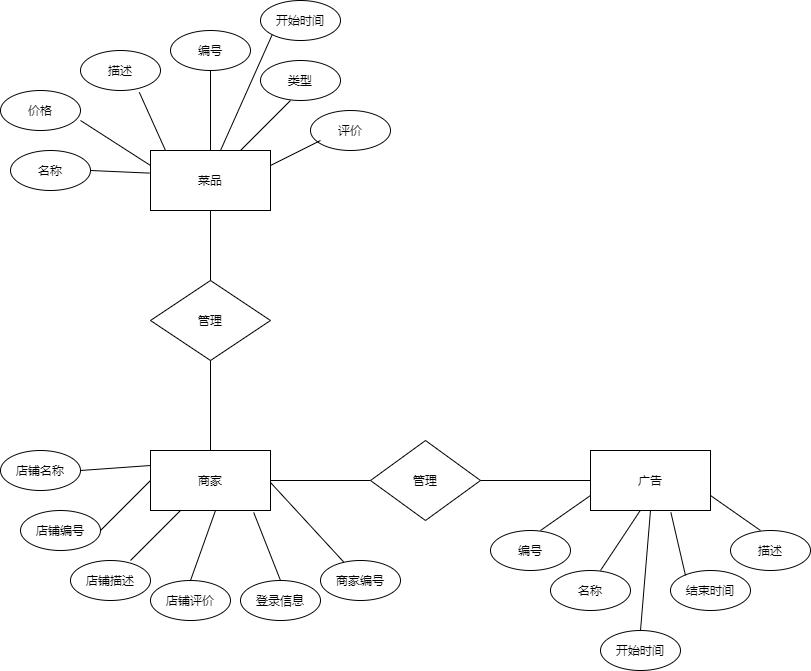
Before: 商家广告菜品1113.png, a diagram exported from draw.io (vae-debug/draw_pistures). Source tidied: cells renumbered, new cells last; positions are measured from the earlier drawing's top-left corner, leaving out a move shared by most shapes.
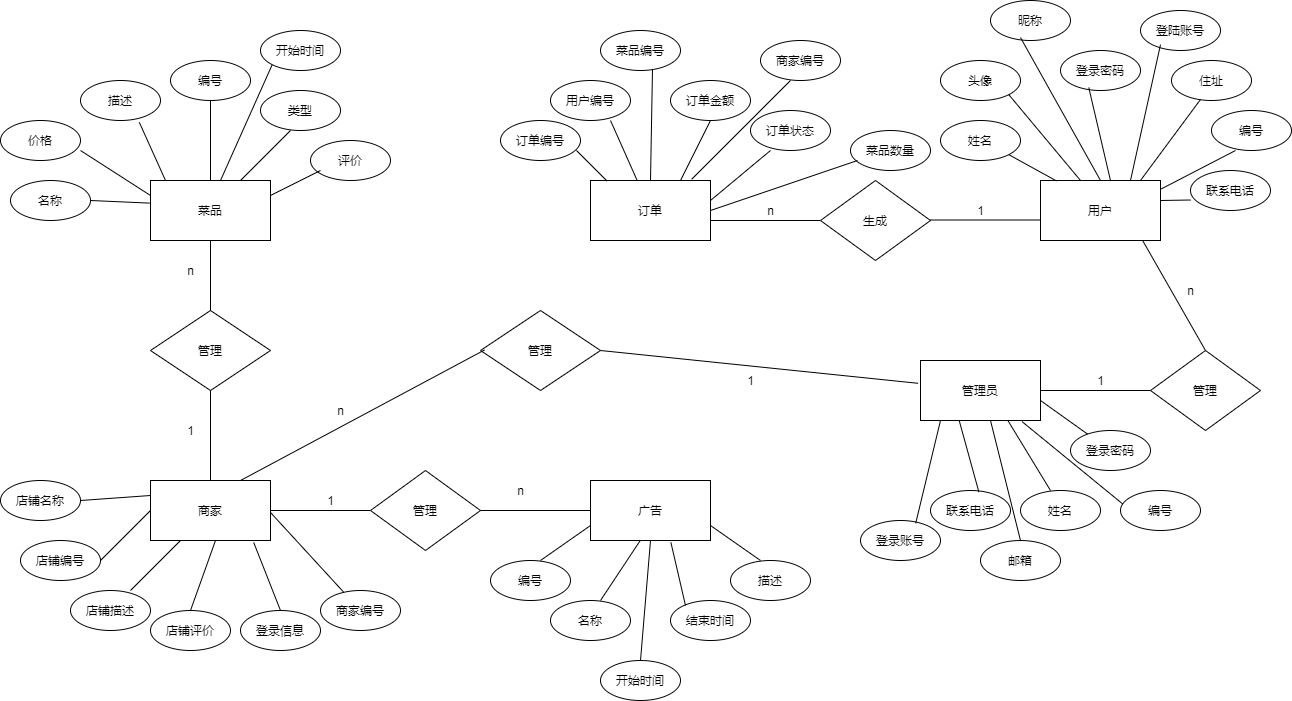
After the change.

Commit message:
Update 商家广告菜品用户订单管理员1113.png

The edit, as a diff of the source:
```diff
@@ -185,5 +185,246 @@
         <mxPoint x="760" y="530" as="sourcePoint" />
       </mxGeometry>
     </mxCell>
+    <mxCell id="47" value="订单" style="rounded=0;whiteSpace=wrap;html=1;" parent="1" vertex="1">
+      <mxGeometry x="590" y="150" width="120" height="60" as="geometry" />
+    </mxCell>
+    <mxCell id="48" value="订单编号" style="ellipse;whiteSpace=wrap;html=1;" parent="1" vertex="1">
+      <mxGeometry x="500" y="90" width="80" height="40" as="geometry" />
+    </mxCell>
+    <mxCell id="49" value="用户编号" style="ellipse;whiteSpace=wrap;html=1;" parent="1" vertex="1">
+      <mxGeometry x="550" y="50" width="80" height="40" as="geometry" />
+    </mxCell>
+    <mxCell id="50" value="菜品编号" style="ellipse;whiteSpace=wrap;html=1;" parent="1" vertex="1">
+      <mxGeometry x="600" width="80" height="40" as="geometry" />
+    </mxCell>
+    <mxCell id="51" value="订单金额" style="ellipse;whiteSpace=wrap;html=1;" parent="1" vertex="1">
+      <mxGeometry x="670" y="50" width="80" height="40" as="geometry" />
+    </mxCell>
+    <mxCell id="52" value="订单状态" style="ellipse;whiteSpace=wrap;html=1;" parent="1" vertex="1">
+      <mxGeometry x="750" y="80" width="80" height="40" as="geometry" />
+    </mxCell>
+    <mxCell id="53" value="商家编号" style="ellipse;whiteSpace=wrap;html=1;" parent="1" vertex="1">
+      <mxGeometry x="760" y="10" width="80" height="40" as="geometry" />
+    </mxCell>
+    <mxCell id="54" style="endArrow=none;html=1;rounded=0;exitX=1;exitY=0.333;exitDx=0;exitDy=0;exitPerimeter=0;" parent="1" edge="1" source="47">
+      <mxGeometry relative="1" as="geometry">
+        <mxPoint x="770" y="120" as="targetPoint" />
+      </mxGeometry>
+    </mxCell>
+    <mxCell id="55" style="endArrow=none;html=1;rounded=0;exitX=0.75;exitY=0;exitDx=0;exitDy=0;" parent="1" edge="1" source="47">
+      <mxGeometry relative="1" as="geometry">
+        <mxPoint x="710" y="90" as="targetPoint" />
+      </mxGeometry>
+    </mxCell>
+    <mxCell id="56" style="endArrow=none;html=1;rounded=0;exitX=0.843;exitY=-0.02;exitDx=0;exitDy=0;exitPerimeter=0;" parent="1" edge="1" source="47">
+      <mxGeometry relative="1" as="geometry">
+        <mxPoint x="790" y="50" as="targetPoint" />
+      </mxGeometry>
+    </mxCell>
+    <mxCell id="57" style="endArrow=none;html=1;rounded=0;exitX=0.5;exitY=0;exitDx=0;exitDy=0;entryX=0.65;entryY=0.96;entryDx=0;entryDy=0;entryPerimeter=0;" parent="1" edge="1" source="47" target="50">
+      <mxGeometry relative="1" as="geometry" />
+    </mxCell>
+    <mxCell id="58" style="endArrow=none;html=1;rounded=0;" parent="1" edge="1" source="47">
+      <mxGeometry relative="1" as="geometry">
+        <mxPoint x="610" y="90" as="targetPoint" />
+      </mxGeometry>
+    </mxCell>
+    <mxCell id="59" style="endArrow=none;html=1;rounded=0;exitX=0.137;exitY=0.007;exitDx=0;exitDy=0;exitPerimeter=0;entryX=0.95;entryY=0.75;entryDx=0;entryDy=0;entryPerimeter=0;" parent="1" edge="1" source="47" target="48">
+      <mxGeometry relative="1" as="geometry" />
+    </mxCell>
+    <mxCell id="60" value="菜品数量" style="ellipse;whiteSpace=wrap;html=1;" parent="1" vertex="1">
+      <mxGeometry x="850" y="100" width="80" height="40" as="geometry" />
+    </mxCell>
+    <mxCell id="61" style="endArrow=none;html=1;rounded=0;exitX=1;exitY=0.5;exitDx=0;exitDy=0;" parent="1" edge="1" source="47">
+      <mxGeometry relative="1" as="geometry">
+        <mxPoint x="857" y="130" as="targetPoint" />
+      </mxGeometry>
+    </mxCell>
+    <mxCell id="62" value="用户" style="rounded=0;whiteSpace=wrap;html=1;" parent="1" vertex="1">
+      <mxGeometry x="1040" y="150" width="120" height="60" as="geometry" />
+    </mxCell>
+    <mxCell id="63" style="endArrow=none;html=1;rounded=0;" parent="1" edge="1">
+      <mxGeometry relative="1" as="geometry">
+        <mxPoint x="710" y="190" as="sourcePoint" />
+        <mxPoint x="820" y="190" as="targetPoint" />
+      </mxGeometry>
+    </mxCell>
+    <mxCell id="64" value="生成" style="rhombus;whiteSpace=wrap;html=1;" parent="1" vertex="1">
+      <mxGeometry x="820" y="150" width="110" height="80" as="geometry" />
+    </mxCell>
+    <mxCell id="65" style="endArrow=none;html=1;rounded=0;" parent="1" edge="1">
+      <mxGeometry relative="1" as="geometry">
+        <mxPoint x="930" y="189.5" as="sourcePoint" />
+        <mxPoint x="1040" y="189.5" as="targetPoint" />
+      </mxGeometry>
+    </mxCell>
+    <mxCell id="66" value="头像" style="ellipse;whiteSpace=wrap;html=1;" parent="1" vertex="1">
+      <mxGeometry x="940" y="30" width="80" height="40" as="geometry" />
+    </mxCell>
+    <mxCell id="67" value="姓名" style="ellipse;whiteSpace=wrap;html=1;" parent="1" vertex="1">
+      <mxGeometry x="940" y="90" width="80" height="40" as="geometry" />
+    </mxCell>
+    <mxCell id="68" value="昵称" style="ellipse;whiteSpace=wrap;html=1;" parent="1" vertex="1">
+      <mxGeometry x="990" y="-30" width="80" height="40" as="geometry" />
+    </mxCell>
+    <mxCell id="69" value="登录密码" style="ellipse;whiteSpace=wrap;html=1;" parent="1" vertex="1">
+      <mxGeometry x="1060" y="20" width="80" height="40" as="geometry" />
+    </mxCell>
+    <mxCell id="70" value="登陆账号" style="ellipse;whiteSpace=wrap;html=1;" parent="1" vertex="1">
+      <mxGeometry x="1140" y="-20" width="80" height="40" as="geometry" />
+    </mxCell>
+    <mxCell id="71" value="住址" style="ellipse;whiteSpace=wrap;html=1;" parent="1" vertex="1">
+      <mxGeometry x="1171" y="30" width="80" height="40" as="geometry" />
+    </mxCell>
+    <mxCell id="72" value="编号" style="ellipse;whiteSpace=wrap;html=1;" parent="1" vertex="1">
+      <mxGeometry x="1211" y="80" width="80" height="40" as="geometry" />
+    </mxCell>
+    <mxCell id="73" value="联系电话" style="ellipse;whiteSpace=wrap;html=1;" parent="1" vertex="1">
+      <mxGeometry x="1190" y="140" width="80" height="40" as="geometry" />
+    </mxCell>
+    <mxCell id="74" style="endArrow=none;html=1;rounded=0;entryX=0.133;entryY=0.007;entryDx=0;entryDy=0;entryPerimeter=0;exitX=1;exitY=1;exitDx=0;exitDy=0;" parent="1" edge="1" source="67" target="62">
+      <mxGeometry relative="1" as="geometry" />
+    </mxCell>
+    <mxCell id="75" style="endArrow=none;html=1;rounded=0;exitX=1;exitY=1;exitDx=0;exitDy=0;" parent="1" edge="1" source="66">
+      <mxGeometry relative="1" as="geometry">
+        <mxPoint x="1080" y="150" as="targetPoint" />
+      </mxGeometry>
+    </mxCell>
+    <mxCell id="76" style="endArrow=none;html=1;rounded=0;exitX=1;exitY=1;exitDx=0;exitDy=0;entryX=0.5;entryY=0;entryDx=0;entryDy=0;" parent="1" edge="1" target="62">
+      <mxGeometry relative="1" as="geometry">
+        <mxPoint x="1020" y="7.1" as="sourcePoint" />
+      </mxGeometry>
+    </mxCell>
+    <mxCell id="77" style="endArrow=none;html=1;rounded=0;exitX=1;exitY=1;exitDx=0;exitDy=0;entryX=0.583;entryY=0;entryDx=0;entryDy=0;entryPerimeter=0;" parent="1" edge="1" target="62">
+      <mxGeometry relative="1" as="geometry">
+        <mxPoint x="1088.3" y="57.1" as="sourcePoint" />
+      </mxGeometry>
+    </mxCell>
+    <mxCell id="78" style="endArrow=none;html=1;rounded=0;exitX=1;exitY=1;exitDx=0;exitDy=0;entryX=0.75;entryY=0;entryDx=0;entryDy=0;" parent="1" edge="1" target="62">
+      <mxGeometry relative="1" as="geometry">
+        <mxPoint x="1160" y="14.1" as="sourcePoint" />
+      </mxGeometry>
+    </mxCell>
+    <mxCell id="79" style="endArrow=none;html=1;rounded=0;" parent="1" edge="1">
+      <mxGeometry relative="1" as="geometry">
+        <mxPoint x="1160" y="170" as="sourcePoint" />
+        <mxPoint x="1190" y="169.5" as="targetPoint" />
+      </mxGeometry>
+    </mxCell>
+    <mxCell id="80" style="endArrow=none;html=1;rounded=0;exitX=1.007;exitY=0.14;exitDx=0;exitDy=0;exitPerimeter=0;" parent="1" edge="1" source="62">
+      <mxGeometry relative="1" as="geometry">
+        <mxPoint x="1235" y="120" as="targetPoint" />
+      </mxGeometry>
+    </mxCell>
+    <mxCell id="81" style="endArrow=none;html=1;rounded=0;exitX=0.833;exitY=0;exitDx=0;exitDy=0;exitPerimeter=0;" parent="1" edge="1" source="62">
+      <mxGeometry relative="1" as="geometry">
+        <mxPoint x="1200" y="69" as="targetPoint" />
+      </mxGeometry>
+    </mxCell>
+    <mxCell id="82" value="n" style="text;html=1;align=center;verticalAlign=middle;strokeColor=none;fillColor=none;" parent="1" vertex="1">
+      <mxGeometry x="760" y="170" width="20" height="20" as="geometry" />
+    </mxCell>
+    <mxCell id="83" value="1" style="text;html=1;align=center;verticalAlign=middle;strokeColor=none;fillColor=none;" parent="1" vertex="1">
+      <mxGeometry x="970" y="170" width="20" height="20" as="geometry" />
+    </mxCell>
+    <mxCell id="84" value="管理员" style="rounded=0;whiteSpace=wrap;html=1;" parent="1" vertex="1">
+      <mxGeometry x="920" y="330" width="120" height="60" as="geometry" />
+    </mxCell>
+    <mxCell id="85" value="管理" style="rhombus;whiteSpace=wrap;html=1;" parent="1" vertex="1">
+      <mxGeometry x="1150" y="320" width="110" height="80" as="geometry" />
+    </mxCell>
+    <mxCell id="86" style="endArrow=none;html=1;rounded=0;" parent="1" edge="1">
+      <mxGeometry relative="1" as="geometry">
+        <mxPoint x="1040" y="360" as="sourcePoint" />
+        <mxPoint x="1150" y="360" as="targetPoint" />
+      </mxGeometry>
+    </mxCell>
+    <mxCell id="87" style="endArrow=none;html=1;rounded=0;exitX=0.853;exitY=1.007;exitDx=0;exitDy=0;exitPerimeter=0;entryX=0.5;entryY=0;entryDx=0;entryDy=0;" parent="1" edge="1" source="62" target="85">
+      <mxGeometry relative="1" as="geometry" />
+    </mxCell>
+    <mxCell id="88" value="1" style="text;html=1;align=center;verticalAlign=middle;strokeColor=none;fillColor=none;" parent="1" vertex="1">
+      <mxGeometry x="1090" y="340" width="20" height="20" as="geometry" />
+    </mxCell>
+    <mxCell id="89" value="n" style="text;html=1;align=center;verticalAlign=middle;strokeColor=none;fillColor=none;" parent="1" vertex="1">
+      <mxGeometry x="1180" y="250" width="20" height="20" as="geometry" />
+    </mxCell>
+    <mxCell id="90" value="登录密码" style="ellipse;whiteSpace=wrap;html=1;" parent="1" vertex="1">
+      <mxGeometry x="1070" y="400" width="80" height="40" as="geometry" />
+    </mxCell>
+    <mxCell id="91" value="姓名" style="ellipse;whiteSpace=wrap;html=1;" parent="1" vertex="1">
+      <mxGeometry x="1020" y="460" width="80" height="40" as="geometry" />
+    </mxCell>
+    <mxCell id="92" value="编号" style="ellipse;whiteSpace=wrap;html=1;" parent="1" vertex="1">
+      <mxGeometry x="1120" y="460" width="80" height="40" as="geometry" />
+    </mxCell>
+    <mxCell id="93" value="联系电话" style="ellipse;whiteSpace=wrap;html=1;" parent="1" vertex="1">
+      <mxGeometry x="930" y="460" width="80" height="40" as="geometry" />
+    </mxCell>
+    <mxCell id="94" value="邮箱" style="ellipse;whiteSpace=wrap;html=1;" parent="1" vertex="1">
+      <mxGeometry x="980" y="510" width="80" height="40" as="geometry" />
+    </mxCell>
+    <mxCell id="95" value="登录账号" style="ellipse;whiteSpace=wrap;html=1;" parent="1" vertex="1">
+      <mxGeometry x="860" y="490" width="80" height="40" as="geometry" />
+    </mxCell>
+    <mxCell id="96" style="endArrow=none;html=1;rounded=0;exitX=0.853;exitY=1.007;exitDx=0;exitDy=0;exitPerimeter=0;" parent="1" edge="1">
+      <mxGeometry relative="1" as="geometry">
+        <mxPoint x="1007.4" y="390" as="sourcePoint" />
+        <mxPoint x="1050" y="460" as="targetPoint" />
+      </mxGeometry>
+    </mxCell>
+    <mxCell id="97" style="endArrow=none;html=1;rounded=0;exitX=0.853;exitY=1.007;exitDx=0;exitDy=0;exitPerimeter=0;" parent="1" edge="1" target="90">
+      <mxGeometry relative="1" as="geometry">
+        <mxPoint x="1040" y="370" as="sourcePoint" />
+      </mxGeometry>
+    </mxCell>
+    <mxCell id="98" style="endArrow=none;html=1;rounded=0;exitX=0.847;exitY=1.02;exitDx=0;exitDy=0;exitPerimeter=0;entryX=0.03;entryY=0.34;entryDx=0;entryDy=0;entryPerimeter=0;" parent="1" edge="1" source="84" target="92">
+      <mxGeometry relative="1" as="geometry" />
+    </mxCell>
+    <mxCell id="99" style="endArrow=none;html=1;rounded=0;exitX=0.853;exitY=1.007;exitDx=0;exitDy=0;exitPerimeter=0;entryX=0.5;entryY=0;entryDx=0;entryDy=0;" parent="1" edge="1" target="94">
+      <mxGeometry relative="1" as="geometry">
+        <mxPoint x="990" y="390" as="sourcePoint" />
+      </mxGeometry>
+    </mxCell>
+    <mxCell id="100" style="endArrow=none;html=1;rounded=0;exitX=0.853;exitY=1.007;exitDx=0;exitDy=0;exitPerimeter=0;entryX=0.605;entryY=0.04;entryDx=0;entryDy=0;entryPerimeter=0;" parent="1" edge="1" target="93">
+      <mxGeometry relative="1" as="geometry">
+        <mxPoint x="958.7" y="390" as="sourcePoint" />
+      </mxGeometry>
+    </mxCell>
+    <mxCell id="101" style="endArrow=none;html=1;rounded=0;exitX=0.853;exitY=1.007;exitDx=0;exitDy=0;exitPerimeter=0;entryX=0.69;entryY=0.07;entryDx=0;entryDy=0;entryPerimeter=0;" parent="1" edge="1" target="95">
+      <mxGeometry relative="1" as="geometry">
+        <mxPoint x="940" y="390" as="sourcePoint" />
+      </mxGeometry>
+    </mxCell>
+    <mxCell id="102" value="管理" style="rhombus;whiteSpace=wrap;html=1;" parent="1" vertex="1">
+      <mxGeometry x="480" y="280" width="120" height="80" as="geometry" />
+    </mxCell>
+    <mxCell id="103" style="endArrow=none;html=1;rounded=0;exitX=0.75;exitY=0;exitDx=0;exitDy=0;" parent="1" edge="1" source="2">
+      <mxGeometry relative="1" as="geometry">
+        <mxPoint x="484" y="319.5" as="targetPoint" />
+      </mxGeometry>
+    </mxCell>
+    <mxCell id="104" value="n" style="text;html=1;align=center;verticalAlign=middle;strokeColor=none;fillColor=none;" parent="1" vertex="1">
+      <mxGeometry x="330" y="370" width="20" height="20" as="geometry" />
+    </mxCell>
+    <mxCell id="105" style="endArrow=none;html=1;rounded=0;entryX=-0.02;entryY=0.38;entryDx=0;entryDy=0;entryPerimeter=0;" parent="1" edge="1" target="84">
+      <mxGeometry relative="1" as="geometry">
+        <mxPoint x="600" y="320" as="sourcePoint" />
+      </mxGeometry>
+    </mxCell>
+    <mxCell id="106" value="1" style="text;html=1;align=center;verticalAlign=middle;strokeColor=none;fillColor=none;" parent="1" vertex="1">
+      <mxGeometry x="740" y="340" width="20" height="20" as="geometry" />
+    </mxCell>
+    <mxCell id="107" value="1" style="text;html=1;align=center;verticalAlign=middle;strokeColor=none;fillColor=none;" parent="1" vertex="1">
+      <mxGeometry x="320" y="460" width="20" height="20" as="geometry" />
+    </mxCell>
+    <mxCell id="108" value="n" style="text;html=1;align=center;verticalAlign=middle;strokeColor=none;fillColor=none;" parent="1" vertex="1">
+      <mxGeometry x="510" y="450" width="20" height="20" as="geometry" />
+    </mxCell>
+    <mxCell id="109" value="1" style="text;html=1;align=center;verticalAlign=middle;strokeColor=none;fillColor=none;" parent="1" vertex="1">
+      <mxGeometry x="180" y="390" width="20" height="20" as="geometry" />
+    </mxCell>
+    <mxCell id="110" value="n" style="text;html=1;align=center;verticalAlign=middle;strokeColor=none;fillColor=none;" parent="1" vertex="1">
+      <mxGeometry x="180" y="230" width="20" height="20" as="geometry" />
+    </mxCell>
   </root>
 </mxGraphModel>
```
